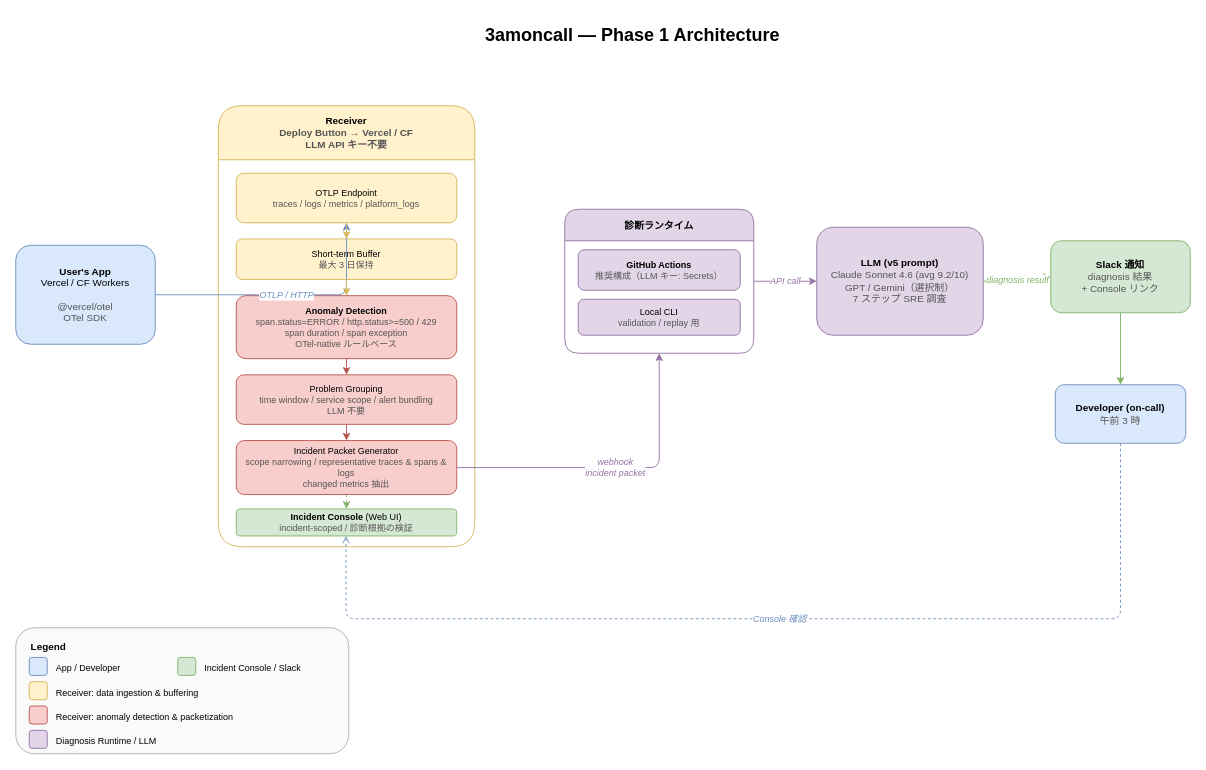
This is docs/architecture-phase1.drawio from muras3/3am, a draw.io file, before an edit. Source tidied: cells renumbered, new cells numbered last; positions are measured from the earlier drawing's top-left corner, leaving out a move shared by most shapes. Both pictures are drawn from the tidied source at 90%, with x=0, y=0 at pixel (15, 15).
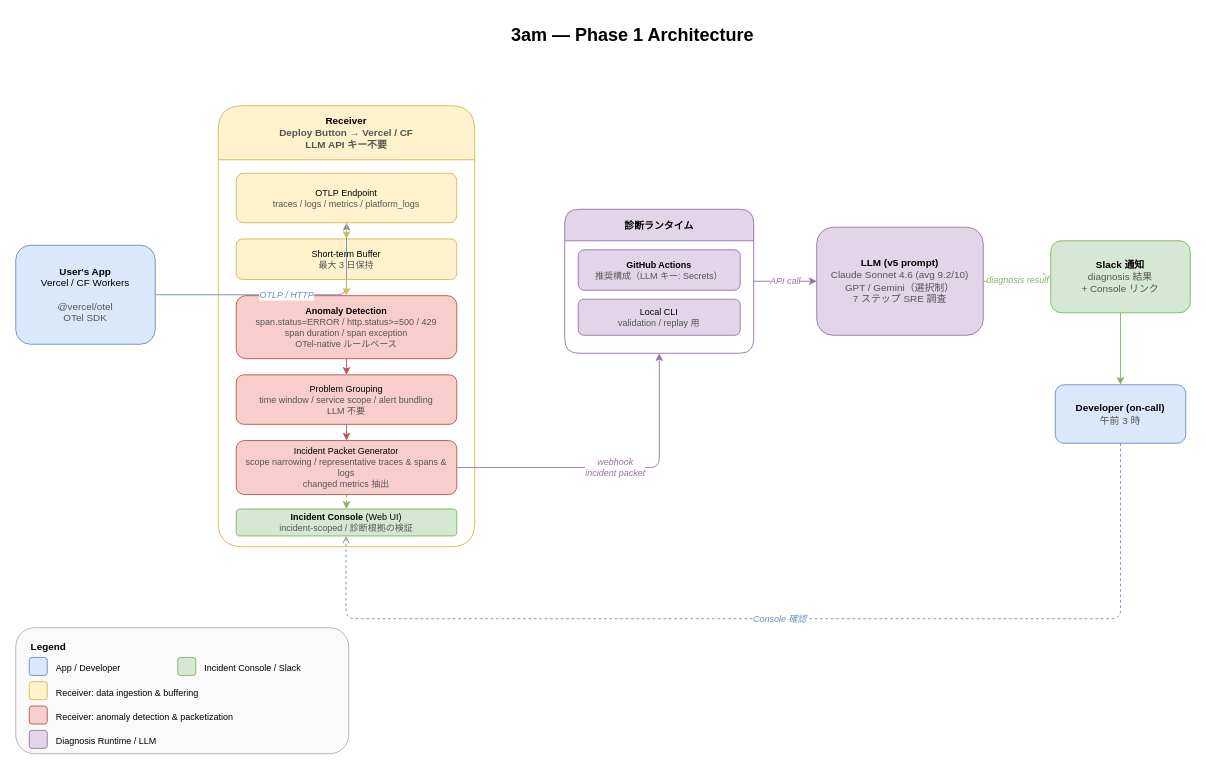
The same page after the edit.

What changed in the source:
```diff
@@
-    <mxCell id="2" value="3amoncall — Phase 1 Architecture" style="text;html=1;strokeColor=none;fillColor=none;align=center;verticalAlign=middle;fontSize=20;fontStyle=1;" parent="1" vertex="1">
+    <mxCell id="2" value="3am — Phase 1 Architecture" style="text;html=1;strokeColor=none;fillColor=none;align=center;verticalAlign=middle;fontSize=20;fontStyle=1;" parent="1" vertex="1">
       <mxGeometry x="310" width="750" height="40" as="geometry" />
     </mxCell>
```
